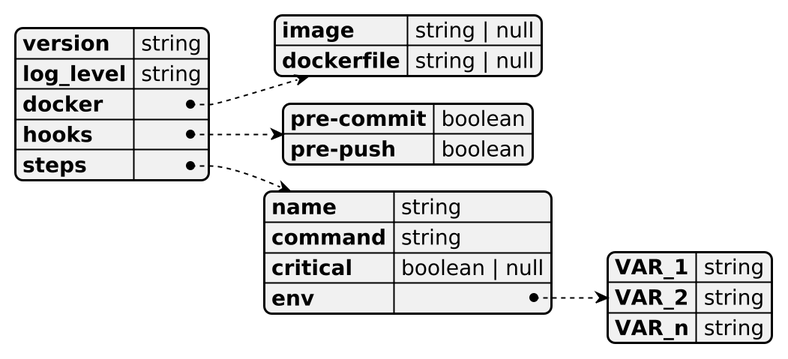
Before: Artefatos/diagrams/yaml.png, a diagram exported from PlantUML (h3nc4/tmp).
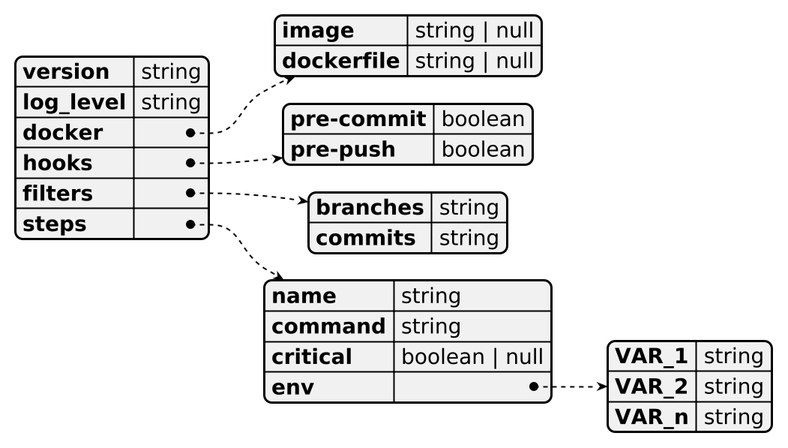
The same diagram one commit later.

The edit, as a diff of the source:
```diff
@@ -10,6 +10,9 @@
 hooks:
   pre-commit: boolean
   pre-push: boolean
+filters:
+  branches: string
+  commits: string
 steps:
   name: string
   command: string
```
